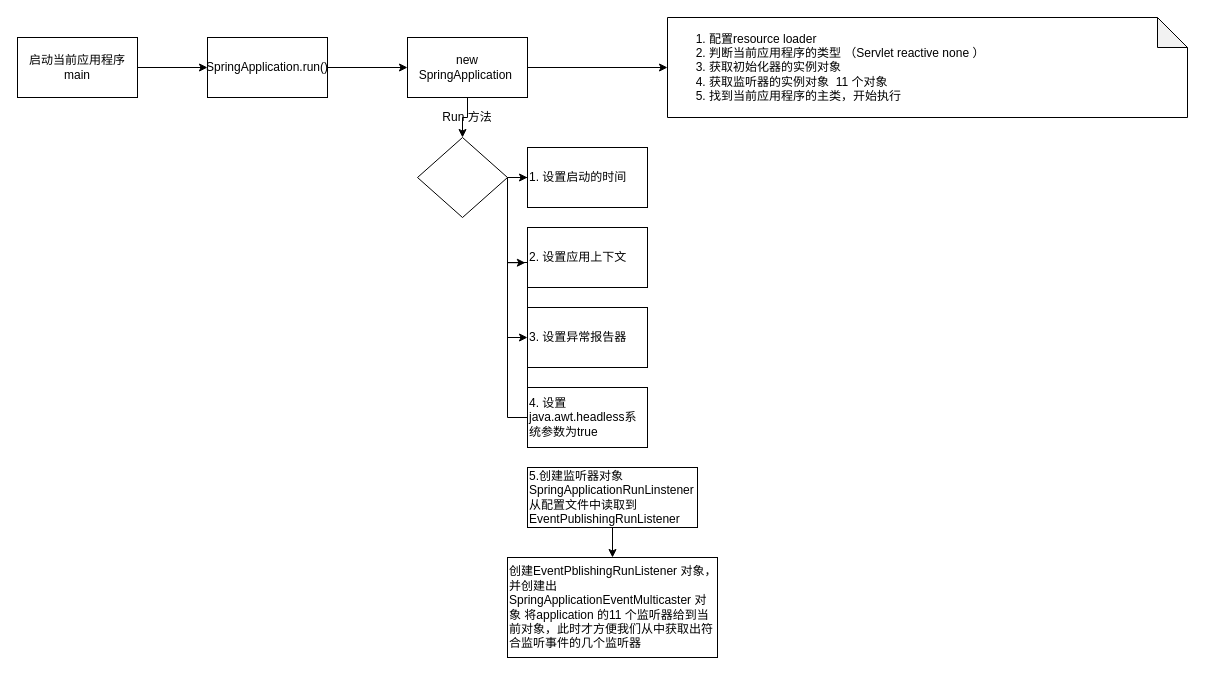
Sean0516/OboutInterview keeps this draw.io diagram as 后端/draw/SpringBoot启动流程.drawio. Above is the earlier version. Source tidied: cells renumbered, new cells numbered last; positions are measured from the earlier drawing's top-left corner, leaving out a move shared by most shapes. Both pictures are drawn from the tidied source at 100%, with x=0, y=0 at pixel (17, 17).
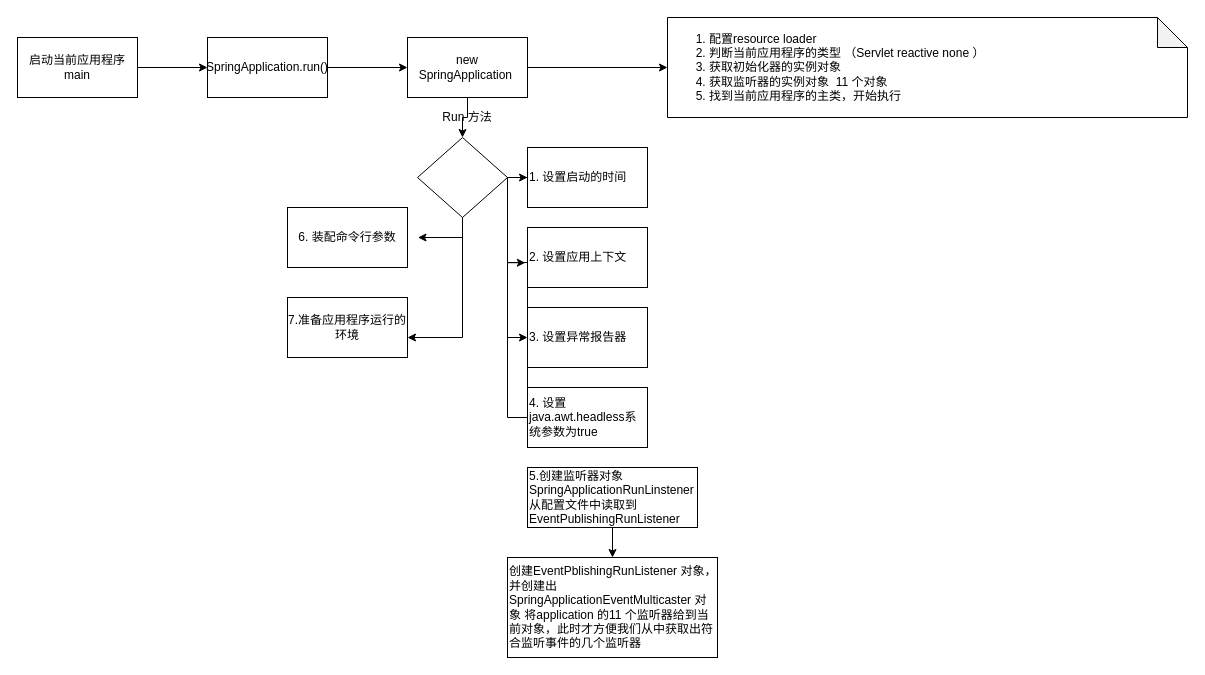
The same diagram, later.

Commit message (it also covers changes not shown here):
SpringBoot启动流程 补全

Unchanged cells that the change refers to:
```xml
<mxCell id="13" style="rhombus;whiteSpace=wrap;html=1;" parent="1" vertex="1">
  <mxGeometry x="400" y="120" width="90" height="80" as="geometry" />
</mxCell>
```

Change to the diagram source:
```diff
@@
+    <mxCell id="22" style="edgeStyle=orthogonalEdgeStyle;rounded=0;jettySize=auto;html=1;" parent="1" edge="1" source="13">
+      <mxGeometry relative="1" as="geometry">
+        <mxPoint x="400" y="220" as="targetPoint" />
+      </mxGeometry>
+    </mxCell>
@@
+    <mxCell id="23" value="6. 装配命令行参数" style="rounded=0;whiteSpace=wrap;html=1;" parent="1" vertex="1">
+      <mxGeometry x="270" y="190" width="120" height="60" as="geometry" />
+    </mxCell>
+    <mxCell id="24" value="7.准备应用程序运行的环境" style="rounded=0;whiteSpace=wrap;html=1;" parent="1" vertex="1">
+      <mxGeometry x="270" y="280" width="120" height="60" as="geometry" />
+    </mxCell>
+    <mxCell id="25" style="edgeStyle=orthogonalEdgeStyle;rounded=0;jettySize=auto;html=1;" parent="1" edge="1" source="13" target="24">
+      <mxGeometry relative="1" as="geometry">
+        <Array as="points">
+          <mxPoint x="445" y="320" />
+        </Array>
+      </mxGeometry>
+    </mxCell>
```
